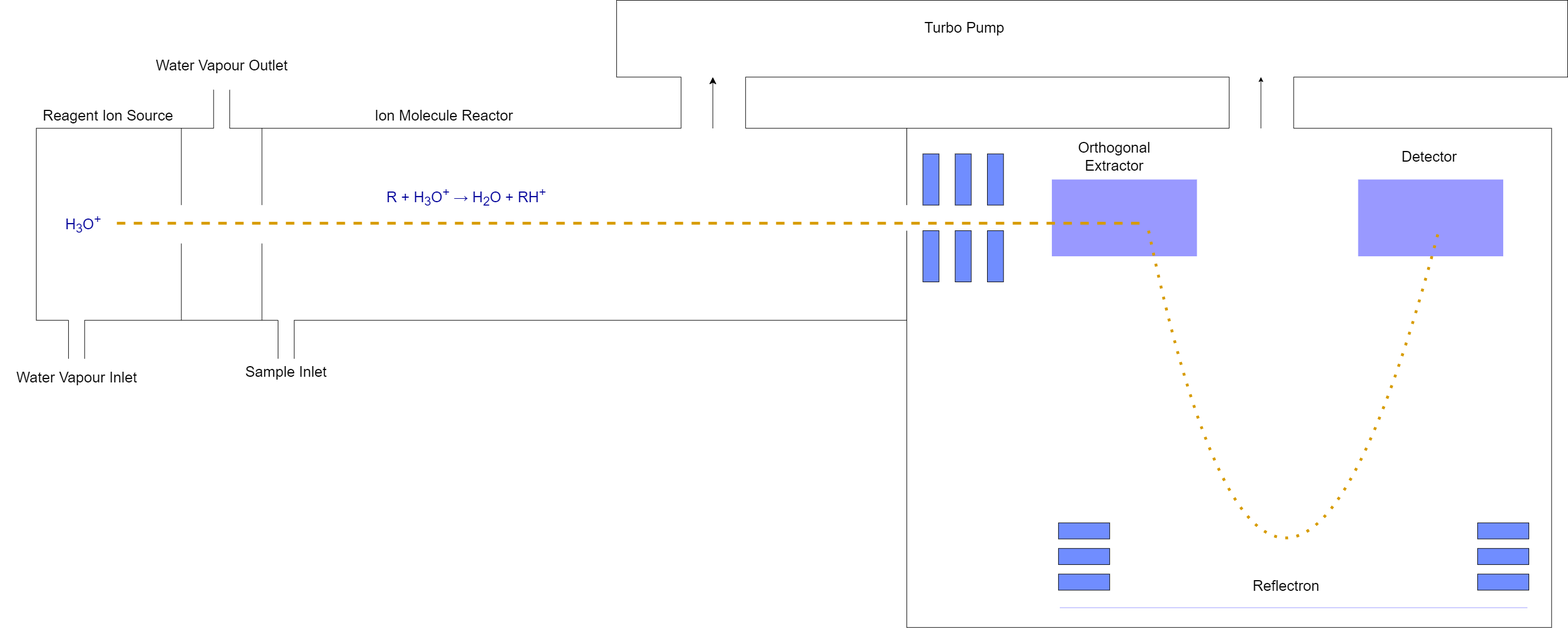
e-debie/experimental_research_project keeps this draw.io diagram as Project_IMAU/Journal/Images/ms_diagram.png. Above is the earlier version. Source tidied: cells renumbered, new cells last; positions are measured from the earlier drawing's top-left corner, leaving out a move shared by most shapes. Its diagram source:
```xml
<mxGraphModel>
  <root>
    <mxCell id="0" />
    <mxCell id="1" parent="0" />
    <mxCell id="2" style="rounded=0;whiteSpace=wrap;html=1;" parent="1" vertex="1">
      <mxGeometry x="63.9" y="227.3" width="1545" height="340.9" as="geometry" />
    </mxCell>
    <mxCell id="3" style="rounded=0;whiteSpace=wrap;html=1;" parent="1" vertex="1">
      <mxGeometry x="1093.9" width="1688.1" height="136.4" as="geometry" />
    </mxCell>
    <mxCell id="4" style="group;" parent="1" vertex="1">
      <mxGeometry x="493.1" y="545.5" width="28.6" height="90.9" as="geometry" />
    </mxCell>
    <mxCell id="5" style="rounded=0;whiteSpace=wrap;html=1;strokeColor=none;" parent="4" vertex="1">
      <mxGeometry width="28.6" height="90.9" as="geometry" />
    </mxCell>
    <mxCell id="6" style="endArrow=none;html=1;rounded=0;entryX=0.04;entryY=1.001;entryDx=0;entryDy=0;entryPerimeter=0;" parent="4" edge="1">
      <mxGeometry relative="1" as="geometry">
        <mxPoint y="90.9" as="sourcePoint" />
        <mxPoint y="22.7" as="targetPoint" />
      </mxGeometry>
    </mxCell>
    <mxCell id="7" style="endArrow=none;html=1;rounded=0;entryX=0.078;entryY=1.001;entryDx=0;entryDy=0;entryPerimeter=0;" parent="4" edge="1">
      <mxGeometry relative="1" as="geometry">
        <mxPoint x="28.6" y="90.9" as="sourcePoint" />
        <mxPoint x="28.6" y="22.7" as="targetPoint" />
      </mxGeometry>
    </mxCell>
    <mxCell id="8" style="group;rotation=-180;" parent="1" vertex="1">
      <mxGeometry x="378.6" y="159.1" width="28.6" height="90.9" as="geometry" />
    </mxCell>
    <mxCell id="9" style="rounded=0;whiteSpace=wrap;html=1;strokeColor=none;rotation=-180;" parent="8" vertex="1">
      <mxGeometry width="28.6" height="90.9" as="geometry" />
    </mxCell>
    <mxCell id="10" style="endArrow=none;html=1;rounded=0;entryX=0.04;entryY=1.001;entryDx=0;entryDy=0;entryPerimeter=0;" parent="8" edge="1">
      <mxGeometry relative="1" as="geometry">
        <mxPoint x="28.6" as="sourcePoint" />
        <mxPoint x="28.6" y="68.2" as="targetPoint" />
      </mxGeometry>
    </mxCell>
    <mxCell id="11" style="endArrow=none;html=1;rounded=0;entryX=0.078;entryY=1.001;entryDx=0;entryDy=0;entryPerimeter=0;" parent="8" edge="1">
      <mxGeometry relative="1" as="geometry">
        <mxPoint as="sourcePoint" />
        <mxPoint y="68.2" as="targetPoint" />
      </mxGeometry>
    </mxCell>
    <mxCell id="12" style="endArrow=none;html=1;rounded=0;" parent="1" edge="1">
      <mxGeometry relative="1" as="geometry">
        <mxPoint x="464.4" y="568.2" as="sourcePoint" />
        <mxPoint x="464.4" y="227.3" as="targetPoint" />
      </mxGeometry>
    </mxCell>
    <mxCell id="13" style="endArrow=none;html=1;rounded=0;" parent="1" edge="1">
      <mxGeometry relative="1" as="geometry">
        <mxPoint x="321.4" y="568.2" as="sourcePoint" />
        <mxPoint x="321.4" y="227.3" as="targetPoint" />
      </mxGeometry>
    </mxCell>
    <mxCell id="14" style="group;rotation=0;" parent="1" vertex="1">
      <mxGeometry x="121.1" y="545.5" width="28.6" height="90.9" as="geometry" />
    </mxCell>
    <mxCell id="15" style="rounded=0;whiteSpace=wrap;html=1;strokeColor=none;rotation=0;" parent="14" vertex="1">
      <mxGeometry width="28.6" height="90.9" as="geometry" />
    </mxCell>
    <mxCell id="16" style="endArrow=none;html=1;rounded=0;entryX=0.04;entryY=1.001;entryDx=0;entryDy=0;entryPerimeter=0;" parent="14" edge="1">
      <mxGeometry relative="1" as="geometry">
        <mxPoint y="90.9" as="sourcePoint" />
        <mxPoint y="22.7" as="targetPoint" />
      </mxGeometry>
    </mxCell>
    <mxCell id="17" style="endArrow=none;html=1;rounded=0;entryX=0.078;entryY=1.001;entryDx=0;entryDy=0;entryPerimeter=0;" parent="14" edge="1">
      <mxGeometry relative="1" as="geometry">
        <mxPoint x="28.6" y="90.9" as="sourcePoint" />
        <mxPoint x="28.6" y="22.7" as="targetPoint" />
      </mxGeometry>
    </mxCell>
    <mxCell id="18" style="rounded=0;whiteSpace=wrap;html=1;strokeColor=none;" parent="1" vertex="1">
      <mxGeometry x="221.2" y="363.6" width="343.3" height="68.2" as="geometry" />
    </mxCell>
    <mxCell id="19" style="rounded=0;whiteSpace=wrap;html=1;" parent="1" vertex="1">
      <mxGeometry x="1608.9" y="227.3" width="1144.5" height="886.4" as="geometry" />
    </mxCell>
    <mxCell id="20" style="group;" parent="1" vertex="1">
      <mxGeometry x="1208.3" y="68.2" width="114.4" height="227.3" as="geometry" />
    </mxCell>
    <mxCell id="21" style="rounded=0;whiteSpace=wrap;html=1;strokeColor=none;" parent="20" vertex="1">
      <mxGeometry width="114.4" height="227.3" as="geometry" />
    </mxCell>
    <mxCell id="22" style="endArrow=none;html=1;rounded=0;" parent="20" edge="1">
      <mxGeometry relative="1" as="geometry">
        <mxPoint y="159.1" as="sourcePoint" />
        <mxPoint y="68.2" as="targetPoint" />
      </mxGeometry>
    </mxCell>
    <mxCell id="23" style="endArrow=none;html=1;rounded=0;" parent="20" edge="1">
      <mxGeometry relative="1" as="geometry">
        <mxPoint x="114.4" y="159.1" as="sourcePoint" />
        <mxPoint x="114.4" y="68.2" as="targetPoint" />
      </mxGeometry>
    </mxCell>
    <mxCell id="24" style="endArrow=classic;html=1;rounded=0;endSize=10;startSize=10;" parent="20" edge="1">
      <mxGeometry relative="1" as="geometry">
        <mxPoint x="56.3" y="159.1" as="sourcePoint" />
        <mxPoint x="56.3" y="68.2" as="targetPoint" />
      </mxGeometry>
    </mxCell>
    <mxCell id="25" style="group;" parent="1" vertex="1">
      <mxGeometry x="2181.2" y="68.2" width="114.4" height="227.3" as="geometry" />
    </mxCell>
    <mxCell id="26" style="rounded=0;whiteSpace=wrap;html=1;strokeColor=none;" parent="25" vertex="1">
      <mxGeometry width="114.4" height="227.3" as="geometry" />
    </mxCell>
    <mxCell id="27" style="endArrow=none;html=1;rounded=0;" parent="25" edge="1">
      <mxGeometry relative="1" as="geometry">
        <mxPoint y="159.1" as="sourcePoint" />
        <mxPoint y="68.2" as="targetPoint" />
      </mxGeometry>
    </mxCell>
    <mxCell id="28" style="endArrow=none;html=1;rounded=0;" parent="25" edge="1">
      <mxGeometry relative="1" as="geometry">
        <mxPoint x="114.4" y="159.1" as="sourcePoint" />
        <mxPoint x="114.4" y="68.2" as="targetPoint" />
      </mxGeometry>
    </mxCell>
    <mxCell id="29" style="endArrow=classic;html=1;rounded=0;" parent="25" edge="1">
      <mxGeometry relative="1" as="geometry">
        <mxPoint x="56.3" y="159.1" as="sourcePoint" />
        <mxPoint x="56.3" y="68.2" as="targetPoint" />
      </mxGeometry>
    </mxCell>
    <mxCell id="30" style="rounded=0;whiteSpace=wrap;html=1;strokeColor=none;" parent="1" vertex="1">
      <mxGeometry x="1551.7" y="363.6" width="114.4" height="45.5" as="geometry" />
    </mxCell>
    <mxCell id="31" style="rounded=0;whiteSpace=wrap;html=1;fillColor=#708dff;fontColor=#ffffff;strokeColor=#000000;" parent="1" vertex="1">
      <mxGeometry x="1637.5" y="272.7" width="28.6" height="90.9" as="geometry" />
    </mxCell>
    <mxCell id="32" style="rounded=0;whiteSpace=wrap;html=1;fillColor=#708dff;fontColor=#ffffff;strokeColor=#000000;" parent="1" vertex="1">
      <mxGeometry x="1694.8" y="272.7" width="28.6" height="90.9" as="geometry" />
    </mxCell>
    <mxCell id="33" style="rounded=0;whiteSpace=wrap;html=1;fillColor=#708dff;fontColor=#ffffff;strokeColor=#000000;" parent="1" vertex="1">
      <mxGeometry x="1752" y="272.7" width="28.6" height="90.9" as="geometry" />
    </mxCell>
    <mxCell id="34" style="rounded=0;whiteSpace=wrap;html=1;fillColor=#708dff;fontColor=#ffffff;strokeColor=#000000;" parent="1" vertex="1">
      <mxGeometry x="1637.5" y="409.1" width="28.6" height="90.9" as="geometry" />
    </mxCell>
    <mxCell id="35" style="rounded=0;whiteSpace=wrap;html=1;fillColor=#708dff;fontColor=#ffffff;strokeColor=#000000;" parent="1" vertex="1">
      <mxGeometry x="1752" y="409.1" width="28.6" height="90.9" as="geometry" />
    </mxCell>
    <mxCell id="36" style="rounded=0;whiteSpace=wrap;html=1;fillColor=#708dff;fontColor=#ffffff;strokeColor=#000000;" parent="1" vertex="1">
      <mxGeometry x="1694.8" y="409.1" width="28.6" height="90.9" as="geometry" />
    </mxCell>
    <mxCell id="37" style="rounded=0;whiteSpace=wrap;html=1;strokeColor=none;fillColor=#9999FF;" parent="1" vertex="1">
      <mxGeometry x="1866.4" y="318.2" width="257.5" height="136.4" as="geometry" />
    </mxCell>
    <mxCell id="38" style="rounded=0;whiteSpace=wrap;html=1;strokeColor=none;fillColor=#9999FF;" parent="1" vertex="1">
      <mxGeometry x="2410" y="318.2" width="257.5" height="136.4" as="geometry" />
    </mxCell>
    <mxCell id="39" style="group;rotation=-90;" parent="1" vertex="1">
      <mxGeometry x="1852.1" y="942.1" width="143.1" height="90.9" as="geometry" />
    </mxCell>
    <mxCell id="40" style="rounded=0;whiteSpace=wrap;html=1;fillColor=#708dff;fontColor=#ffffff;strokeColor=#000000;rotation=-90;" parent="39" vertex="1">
      <mxGeometry x="57.2" y="45.5" width="28.6" height="90.9" as="geometry" />
    </mxCell>
    <mxCell id="41" style="rounded=0;whiteSpace=wrap;html=1;fillColor=#708dff;fontColor=#ffffff;strokeColor=#000000;rotation=-90;" parent="39" vertex="1">
      <mxGeometry x="57.2" width="28.6" height="90.9" as="geometry" />
    </mxCell>
    <mxCell id="42" style="rounded=0;whiteSpace=wrap;html=1;fillColor=#708dff;fontColor=#ffffff;strokeColor=#000000;rotation=-90;" parent="39" vertex="1">
      <mxGeometry x="57.2" y="-45.5" width="28.6" height="90.9" as="geometry" />
    </mxCell>
    <mxCell id="43" style="group;rotation=-90;" parent="1" vertex="1">
      <mxGeometry x="2596" y="942.1" width="143.1" height="90.9" as="geometry" />
    </mxCell>
    <mxCell id="44" style="rounded=0;whiteSpace=wrap;html=1;fillColor=#708dff;fontColor=#ffffff;strokeColor=#000000;rotation=-90;" parent="43" vertex="1">
      <mxGeometry x="57.2" y="45.5" width="28.6" height="90.9" as="geometry" />
    </mxCell>
    <mxCell id="45" style="rounded=0;whiteSpace=wrap;html=1;fillColor=#708dff;fontColor=#ffffff;strokeColor=#000000;rotation=-90;" parent="43" vertex="1">
      <mxGeometry x="57.2" width="28.6" height="90.9" as="geometry" />
    </mxCell>
    <mxCell id="46" style="rounded=0;whiteSpace=wrap;html=1;fillColor=#708dff;fontColor=#ffffff;strokeColor=#000000;rotation=-90;" parent="43" vertex="1">
      <mxGeometry x="57.2" y="-45.5" width="28.6" height="90.9" as="geometry" />
    </mxCell>
    <mxCell id="47" style="endArrow=none;html=1;rounded=0;startSize=14;endSize=14;strokeColor=#9999FF;" parent="1" edge="1">
      <mxGeometry relative="1" as="geometry">
        <mxPoint x="2710.5" y="1078.5" as="sourcePoint" />
        <mxPoint x="1880.7" y="1078.5" as="targetPoint" />
      </mxGeometry>
    </mxCell>
    <mxCell id="48" style="endArrow=none;dashed=1;html=1;rounded=0;fillColor=#ffe6cc;strokeColor=#d79b00;endSize=11;startSize=11;strokeWidth=5;" parent="1" edge="1">
      <mxGeometry relative="1" as="geometry">
        <mxPoint x="206.9" y="395.8" as="sourcePoint" />
        <mxPoint x="2023.8" y="395.8" as="targetPoint" />
      </mxGeometry>
    </mxCell>
    <mxCell id="49" style="endArrow=none;dashed=1;html=1;dashPattern=1 3;strokeWidth=5;rounded=0;jumpStyle=none;flowAnimation=0;shadow=0;curved=1;fillColor=#ffe6cc;strokeColor=#d79b00;" parent="1" edge="1">
      <mxGeometry relative="1" as="geometry">
        <mxPoint x="2038.1" y="409.1" as="sourcePoint" />
        <mxPoint x="2553.1" y="409.1" as="targetPoint" />
        <Array as="points">
          <mxPoint x="2267" y="1500" />
        </Array>
      </mxGeometry>
    </mxCell>
    <mxCell id="50" value="&lt;font style=&quot;font-size: 26px;&quot;&gt;Water Vapour Inlet&lt;/font&gt;" style="text;html=1;align=center;verticalAlign=middle;whiteSpace=wrap;rounded=0;" parent="1" vertex="1">
      <mxGeometry x="-0.5" y="636.4" width="271.8" height="68.2" as="geometry" />
    </mxCell>
    <mxCell id="51" value="&lt;font style=&quot;font-size: 26px;&quot;&gt;Sample Inlet&lt;/font&gt;" style="text;html=1;align=center;verticalAlign=middle;strokeColor=none;fillColor=none;" parent="1" vertex="1">
      <mxGeometry x="422.4" y="640" width="170" height="40" as="geometry" />
    </mxCell>
    <mxCell id="52" value="&lt;font style=&quot;font-size: 26px;&quot;&gt;Water Vapour Outlet&lt;/font&gt;" style="text;html=1;align=center;verticalAlign=middle;strokeColor=none;fillColor=none;" parent="1" vertex="1">
      <mxGeometry x="262.9" y="96.4" width="260" height="40" as="geometry" />
    </mxCell>
    <mxCell id="53" value="&lt;font style=&quot;font-size: 26px;&quot;&gt;Reagent Ion Source&lt;/font&gt;" style="text;html=1;align=center;verticalAlign=middle;strokeColor=none;fillColor=none;" parent="1" vertex="1">
      <mxGeometry x="66" y="184.5" width="250" height="40" as="geometry" />
    </mxCell>
    <mxCell id="54" value="&lt;font style=&quot;font-size: 26px;&quot;&gt;Ion Molecule Reactor&lt;/font&gt;" style="text;html=1;align=center;verticalAlign=middle;strokeColor=none;fillColor=none;" parent="1" vertex="1">
      <mxGeometry x="652" y="184.5" width="270" height="40" as="geometry" />
    </mxCell>
    <mxCell id="55" value="&lt;font style=&quot;font-size: 26px;&quot;&gt;Turbo Pump&lt;/font&gt;" style="text;html=1;align=center;verticalAlign=middle;strokeColor=none;fillColor=none;" parent="1" vertex="1">
      <mxGeometry x="1626.1" y="29.1" width="170" height="40" as="geometry" />
    </mxCell>
    <mxCell id="56" value="&lt;font style=&quot;font-size: 26px;&quot;&gt;Orthogonal&lt;/font&gt;&lt;div style=&quot;font-size: 26px;&quot;&gt;&lt;font style=&quot;font-size: 26px;&quot;&gt;Extractor&lt;/font&gt;&lt;/div&gt;" style="text;html=1;align=center;verticalAlign=middle;strokeColor=none;fillColor=none;" parent="1" vertex="1">
      <mxGeometry x="1902" y="238.2" width="150" height="80" as="geometry" />
    </mxCell>
    <mxCell id="57" value="&lt;font style=&quot;font-size: 26px;&quot;&gt;Detector&lt;/font&gt;" style="text;html=1;align=center;verticalAlign=middle;strokeColor=none;fillColor=none;" parent="1" vertex="1">
      <mxGeometry x="2476" y="258.2" width="120" height="40" as="geometry" />
    </mxCell>
    <mxCell id="58" value="&lt;font style=&quot;font-size: 26px;&quot;&gt;Reflectron&lt;/font&gt;" style="text;html=1;align=center;verticalAlign=middle;strokeColor=none;fillColor=none;" parent="1" vertex="1">
      <mxGeometry x="2212" y="1020" width="140" height="40" as="geometry" />
    </mxCell>
    <mxCell id="59" value="&lt;font style=&quot;font-size: 26px;&quot;&gt;H&lt;sub&gt;3&lt;/sub&gt;O&lt;sup&gt;+&lt;/sup&gt;&lt;/font&gt;" style="text;html=1;align=center;verticalAlign=middle;strokeColor=none;fillColor=none;fontColor=#000099;labelBorderColor=none;labelBackgroundColor=none;" parent="1" vertex="1">
      <mxGeometry x="102" y="367.7" width="90" height="60" as="geometry" />
    </mxCell>
    <mxCell id="60" value="&lt;font style=&quot;font-size: 26px;&quot;&gt;R + H&lt;sub&gt;3&lt;/sub&gt;O&lt;sup&gt;+&lt;/sup&gt;&amp;nbsp;→ H&lt;sub&gt;2&lt;/sub&gt;O + RH&lt;sup&gt;+&lt;/sup&gt;&lt;/font&gt;" style="text;html=1;align=center;verticalAlign=middle;strokeColor=none;fillColor=none;fontColor=#000099;" parent="1" vertex="1">
      <mxGeometry x="672" y="320" width="310" height="60" as="geometry" />
    </mxCell>
  </root>
</mxGraphModel>
```
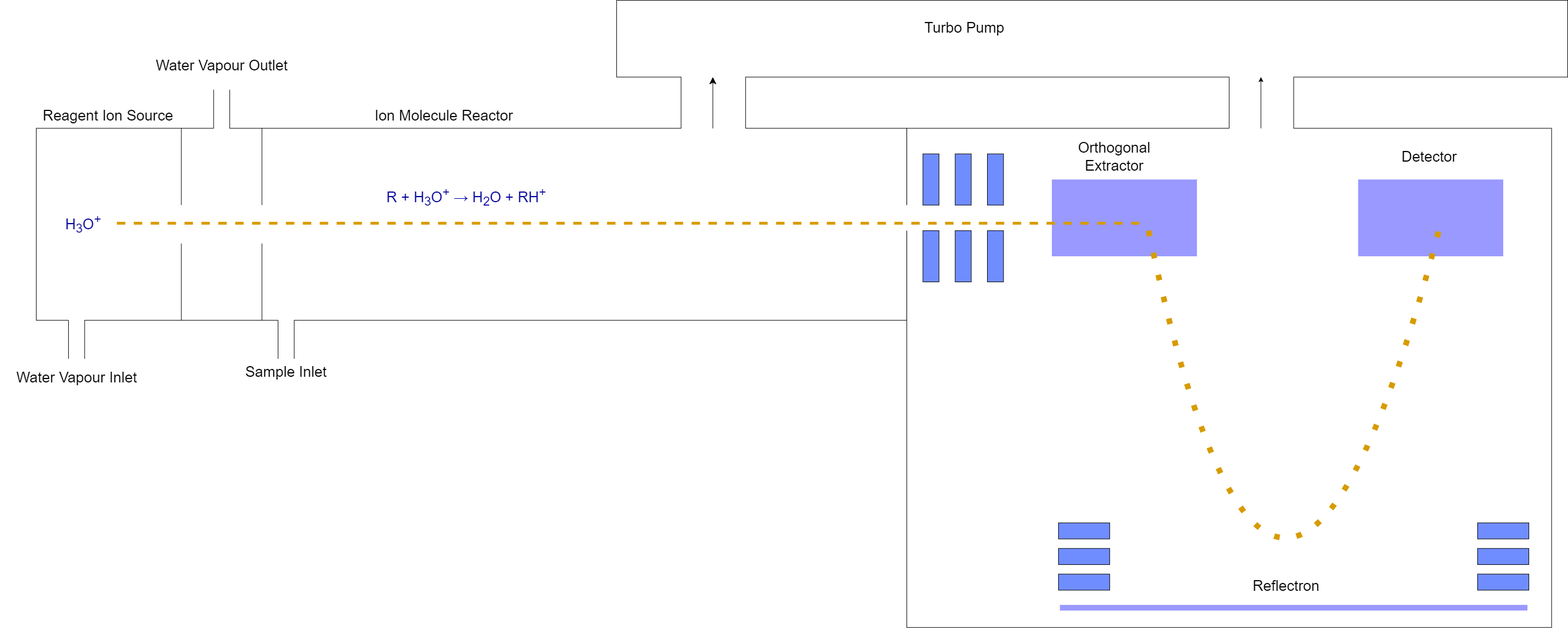
After the commit.

Change to the diagram source:
```diff
@@ -179,7 +179,7 @@
     <mxCell id="46" style="rounded=0;whiteSpace=wrap;html=1;fillColor=#708dff;fontColor=#ffffff;strokeColor=#000000;rotation=-90;" parent="43" vertex="1">
       <mxGeometry x="57.2" y="-45.5" width="28.6" height="90.9" as="geometry" />
     </mxCell>
-    <mxCell id="47" style="endArrow=none;html=1;rounded=0;startSize=14;endSize=14;strokeColor=#9999FF;" parent="1" edge="1">
+    <mxCell id="47" style="endArrow=none;html=1;rounded=0;startSize=14;endSize=14;strokeColor=#9999FF;strokeWidth=10;" parent="1" edge="1">
       <mxGeometry relative="1" as="geometry">
         <mxPoint x="2710.5" y="1078.5" as="sourcePoint" />
         <mxPoint x="1880.7" y="1078.5" as="targetPoint" />
@@ -191,7 +191,7 @@
         <mxPoint x="2023.8" y="395.8" as="targetPoint" />
       </mxGeometry>
     </mxCell>
-    <mxCell id="49" style="endArrow=none;dashed=1;html=1;dashPattern=1 3;strokeWidth=5;rounded=0;jumpStyle=none;flowAnimation=0;shadow=0;curved=1;fillColor=#ffe6cc;strokeColor=#d79b00;" parent="1" edge="1">
+    <mxCell id="49" style="endArrow=none;dashed=1;html=1;dashPattern=1 3;strokeWidth=10;rounded=0;jumpStyle=none;flowAnimation=0;shadow=0;curved=1;fillColor=#ffe6cc;strokeColor=#d79b00;" parent="1" edge="1">
       <mxGeometry relative="1" as="geometry">
         <mxPoint x="2038.1" y="409.1" as="sourcePoint" />
         <mxPoint x="2553.1" y="409.1" as="targetPoint" />
```
